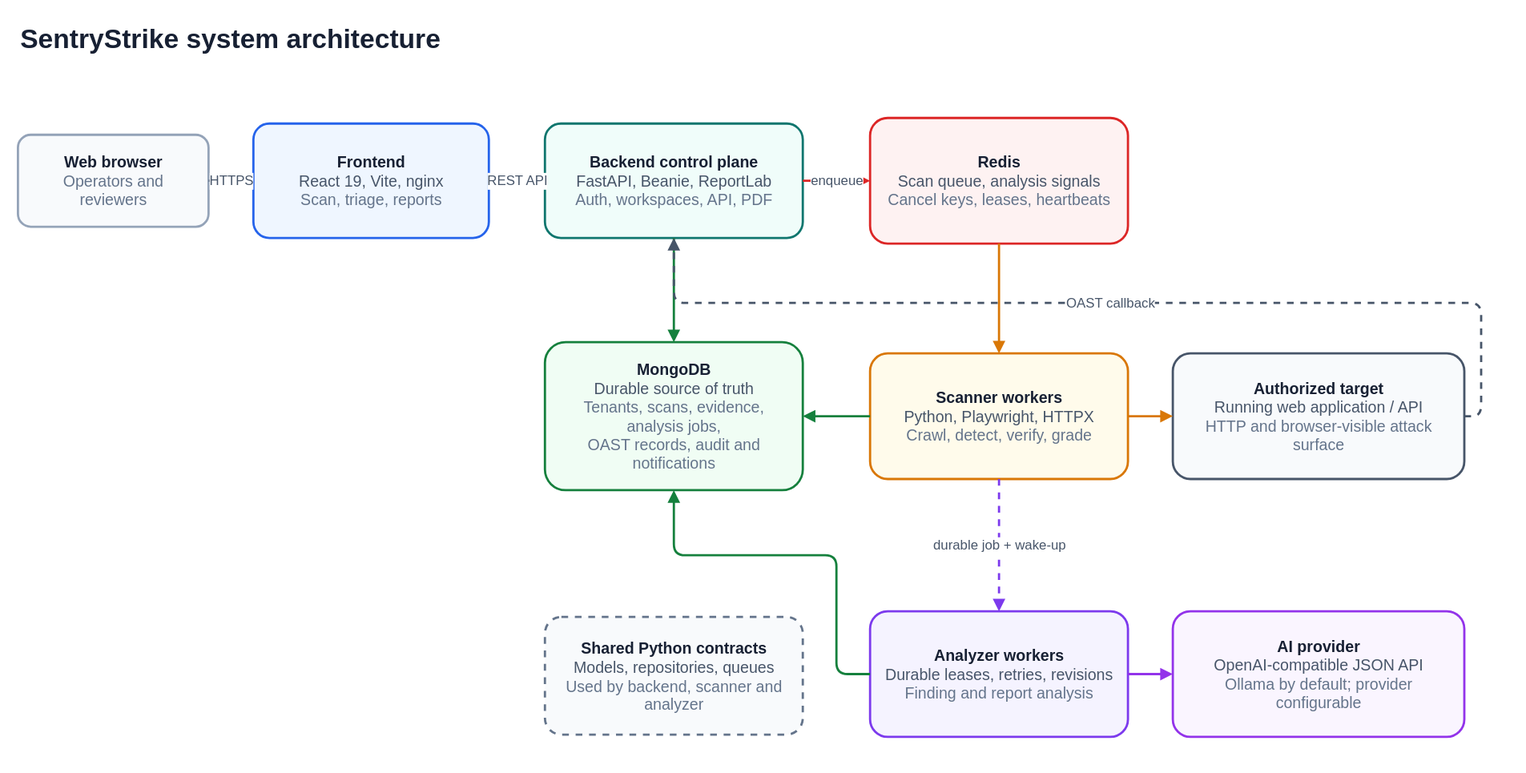
This is sentrystrike-architecture.svg from n3erajan/SentryStrike, a draw.io export, as it was before one commit. Source tidied: cells renumbered, new cells last; positions are measured from the earlier drawing's top-left corner, leaving out a move shared by most shapes.
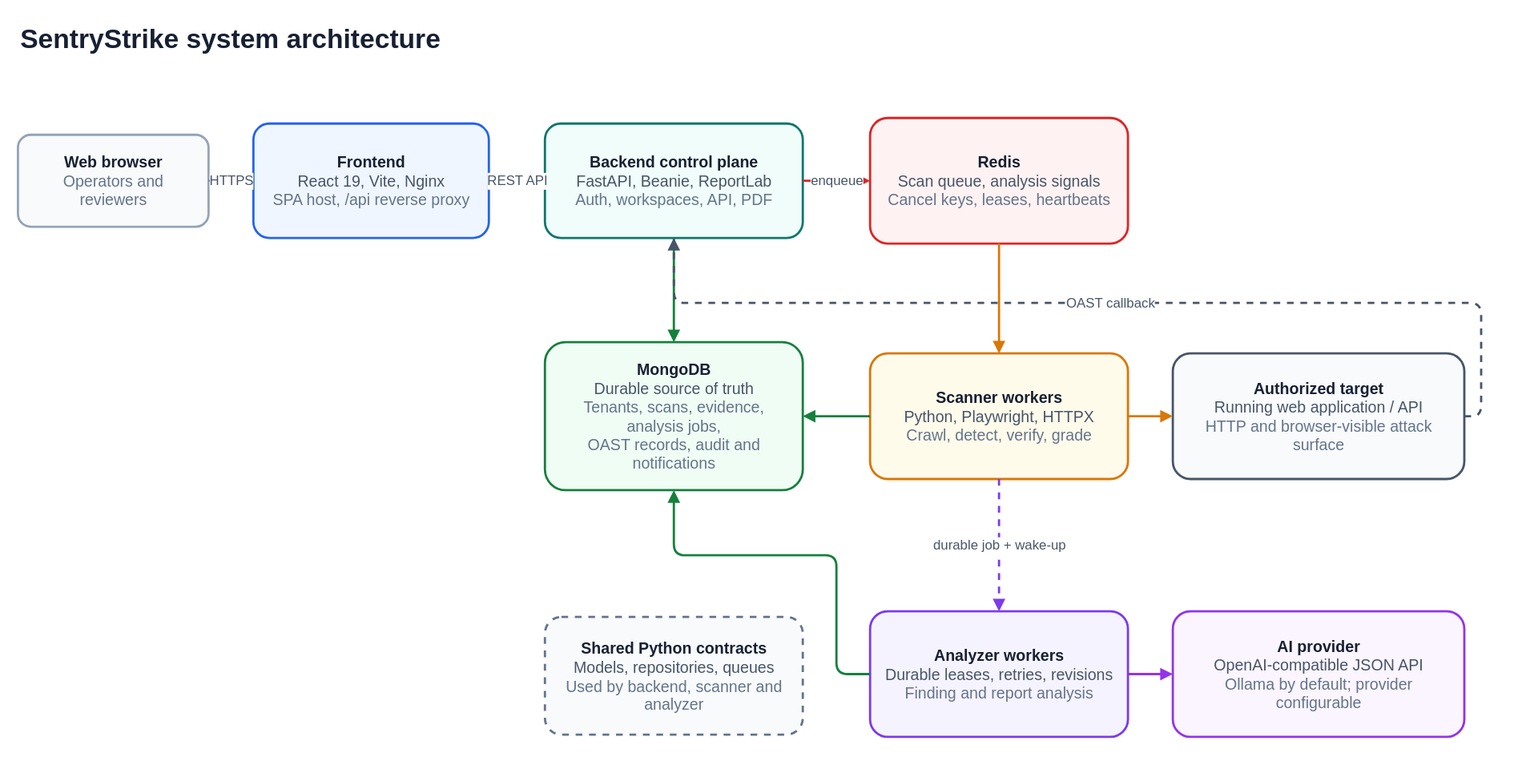
After the change.

Diff of the diagram source:
```diff
@@ -8,7 +8,7 @@
     <mxCell id="3" value="&lt;b&gt;Web browser&lt;/b&gt;&lt;br&gt;&lt;font color=&quot;#64748B&quot;&gt;Operators and reviewers&lt;/font&gt;" style="rounded=1;whiteSpace=wrap;html=1;arcSize=14;strokeWidth=2;strokeColor=#94A3B8;fillColor=#F8FAFC;fontColor=#172033;fontSize=14;spacing=10;" parent="1" vertex="1">
       <mxGeometry y="105" width="170" height="82" as="geometry" />
     </mxCell>
-    <mxCell id="4" value="&lt;b&gt;Frontend&lt;/b&gt;&lt;br&gt;&lt;font color=&quot;#475569&quot;&gt;React 19, Vite, nginx&lt;/font&gt;&lt;br&gt;&lt;font color=&quot;#64748B&quot;&gt;Scan, triage, reports&lt;/font&gt;" style="rounded=1;whiteSpace=wrap;html=1;arcSize=14;strokeWidth=2;strokeColor=#2563EB;fillColor=#EFF6FF;fontColor=#172033;fontSize=14;spacing=10;" parent="1" vertex="1">
+    <mxCell id="4" value="&lt;b&gt;Frontend&lt;/b&gt;&lt;br&gt;&lt;font color=&quot;#475569&quot;&gt;React 19, Vite, Nginx&lt;/font&gt;&lt;br&gt;&lt;font color=&quot;#64748B&quot;&gt;SPA host, /api reverse proxy&lt;/font&gt;" style="rounded=1;whiteSpace=wrap;html=1;arcSize=14;strokeWidth=2;strokeColor=#2563EB;fillColor=#EFF6FF;fontColor=#172033;fontSize=14;spacing=10;" parent="1" vertex="1">
       <mxGeometry x="210" y="95" width="210" height="102" as="geometry" />
     </mxCell>
     <mxCell id="5" value="&lt;b&gt;Backend control plane&lt;/b&gt;&lt;br&gt;&lt;font color=&quot;#475569&quot;&gt;FastAPI, Beanie, ReportLab&lt;/font&gt;&lt;br&gt;&lt;font color=&quot;#64748B&quot;&gt;Auth, workspaces, API, PDF&lt;/font&gt;" style="rounded=1;whiteSpace=wrap;html=1;arcSize=14;strokeWidth=2;strokeColor=#0F766E;fillColor=#F0FDFA;fontColor=#172033;fontSize=14;spacing=10;" parent="1" vertex="1">
```
